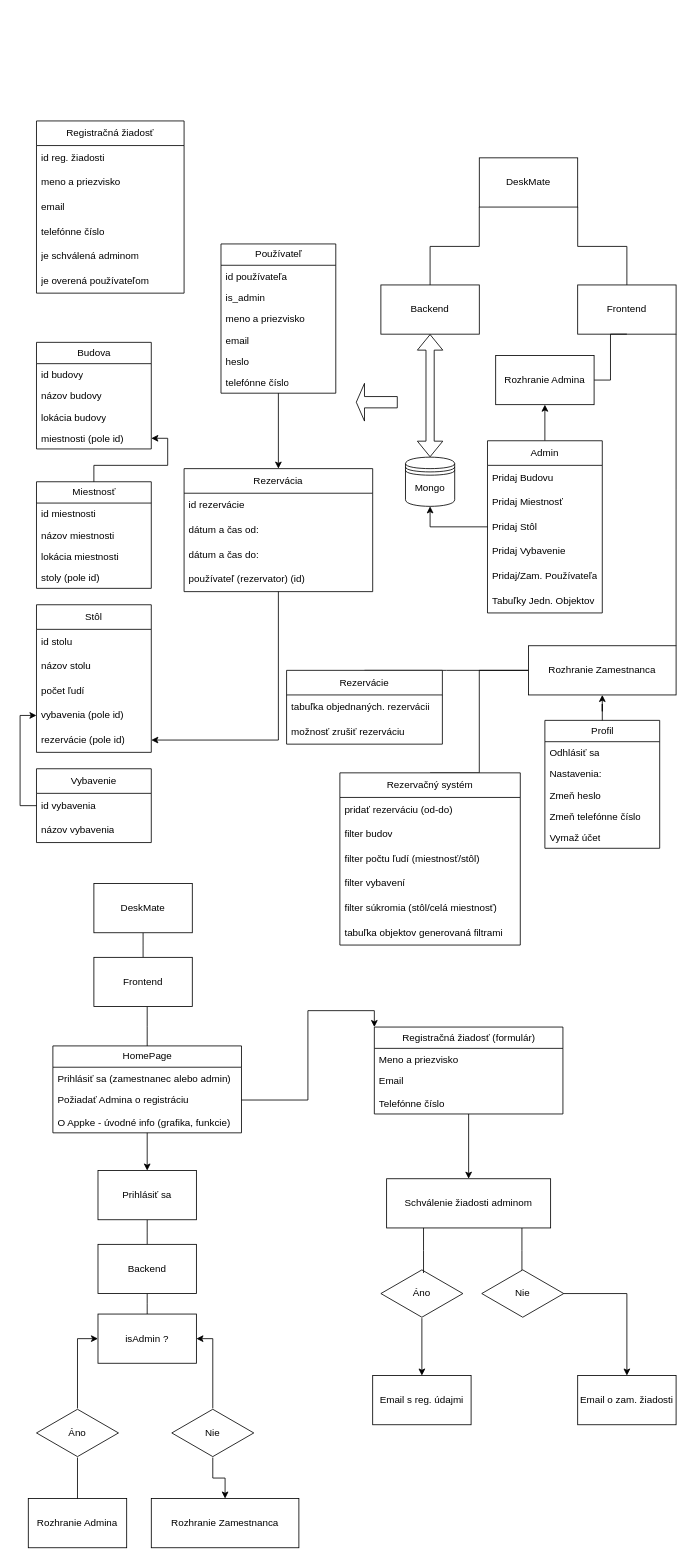
Before: DeskMate.drawio in petocjshtml/DeskMate, a draw.io diagram. Source tidied: cells renumbered, new cells numbered last; positions are measured from the earlier drawing's top-left corner, leaving out a move shared by most shapes. Both pictures are drawn from the tidied source at 82%, with x=0, y=0 at pixel (28, 121).
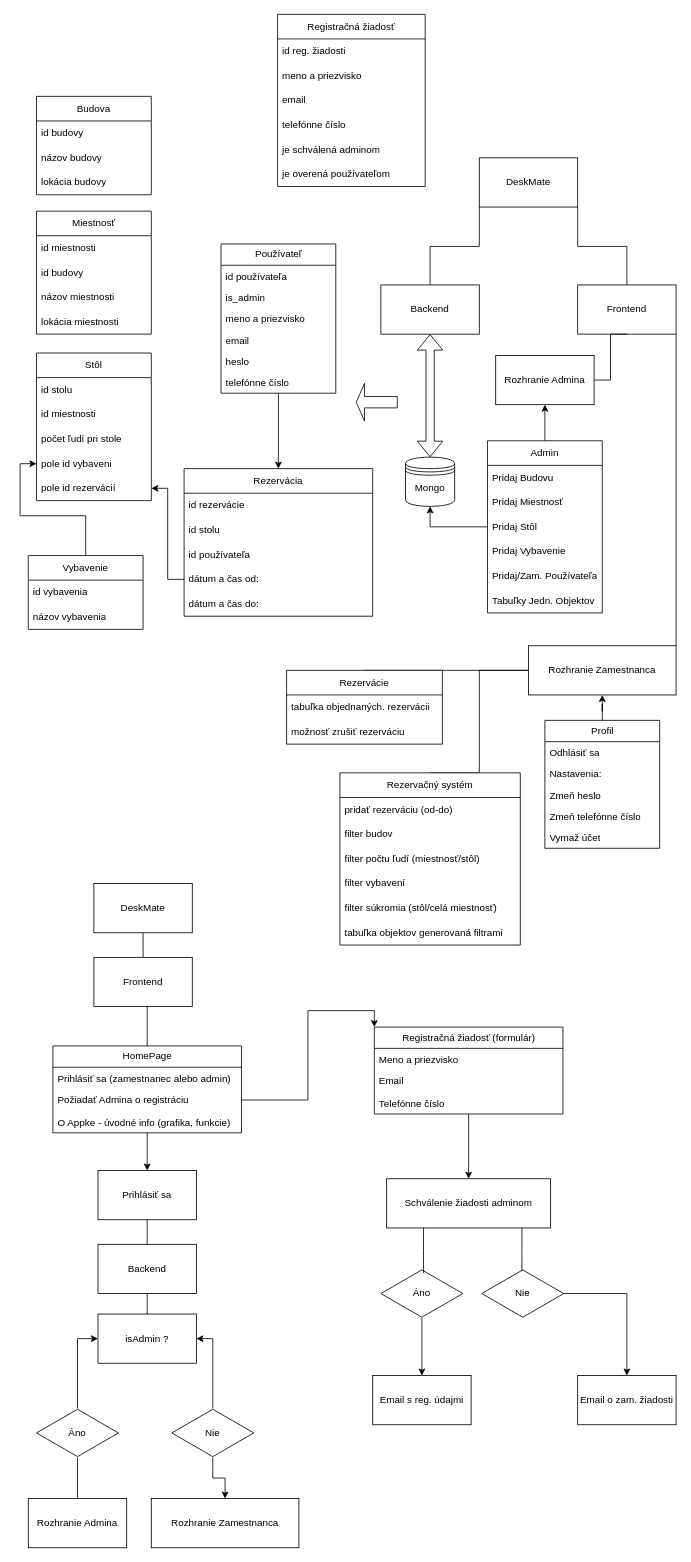
The same diagram, later.

Commit message:
úprava id logiky

Unchanged cells that the change refers to:
```xml
<mxCell id="107" value="id vybavenia" style="text;strokeColor=none;fillColor=none;align=left;verticalAlign=middle;spacingLeft=4;spacingRight=4;overflow=hidden;points=[[0,0.5],[1,0.5]];portConstraint=eastwest;whiteSpace=wrap;html=1;" parent="106" vertex="1">
  <mxGeometry y="30" width="140" height="30" as="geometry" />
</mxCell>
```

What changed in the source:
```diff
@@
-    <mxCell id="23" value="Budova" style="swimlane;fontStyle=0;horizontal=1;startSize=26;fillColor=none;html=1;" parent="1" vertex="1">
-      <mxGeometry x="10" y="270" width="140" height="130" as="geometry" />
-    </mxCell>
-    <mxCell id="24" style="edgeStyle=orthogonalEdgeStyle;rounded=0;jettySize=auto;html=1;entryX=1;entryY=0.5;entryDx=0;entryDy=0;" parent="1" edge="1" source="25" target="29">
-      <mxGeometry relative="1" as="geometry" />
-    </mxCell>
-    <mxCell id="25" value="Miestnosť" style="swimlane;fontStyle=0;horizontal=1;startSize=26;fillColor=none;html=1;" parent="1" vertex="1">
-      <mxGeometry x="10" y="440" width="140" height="130" as="geometry" />
-    </mxCell>
-    <mxCell id="26" value="id budovy" style="text;strokeColor=none;fillColor=none;align=left;verticalAlign=top;spacingLeft=4;spacingRight=4;overflow=hidden;whiteSpace=wrap;html=1;" parent="1" vertex="1">
-      <mxGeometry x="10" y="296" width="140" height="26" as="geometry" />
-    </mxCell>
-    <mxCell id="27" value="názov budovy" style="text;strokeColor=none;fillColor=none;align=left;verticalAlign=top;spacingLeft=4;spacingRight=4;overflow=hidden;whiteSpace=wrap;html=1;" parent="1" vertex="1">
-      <mxGeometry x="10" y="322" width="140" height="26" as="geometry" />
-    </mxCell>
-    <mxCell id="28" value="lokácia budovy" style="text;strokeColor=none;fillColor=none;align=left;verticalAlign=top;spacingLeft=4;spacingRight=4;overflow=hidden;whiteSpace=wrap;html=1;" parent="1" vertex="1">
-      <mxGeometry x="10" y="348" width="140" height="26" as="geometry" />
-    </mxCell>
-    <mxCell id="29" value="miestnosti (pole id)" style="text;strokeColor=none;fillColor=none;align=left;verticalAlign=top;spacingLeft=4;spacingRight=4;overflow=hidden;points=[[0,0.5],[1,0.5]];portConstraint=eastwest;whiteSpace=wrap;html=1;" parent="1" vertex="1">
-      <mxGeometry x="10" y="374" width="140" height="26" as="geometry" />
-    </mxCell>
-    <mxCell id="30" value="id miestnosti" style="text;strokeColor=none;fillColor=none;align=left;verticalAlign=top;spacingLeft=4;spacingRight=4;overflow=hidden;whiteSpace=wrap;html=1;" parent="1" vertex="1">
-      <mxGeometry x="10" y="466" width="140" height="26" as="geometry" />
-    </mxCell>
-    <mxCell id="31" value="názov miestnosti" style="text;strokeColor=none;fillColor=none;align=left;verticalAlign=top;spacingLeft=4;spacingRight=4;overflow=hidden;whiteSpace=wrap;html=1;" parent="1" vertex="1">
-      <mxGeometry x="10" y="492" width="140" height="26" as="geometry" />
-    </mxCell>
-    <mxCell id="32" value="lokácia miestnosti" style="text;strokeColor=none;fillColor=none;align=left;verticalAlign=top;spacingLeft=4;spacingRight=4;overflow=hidden;whiteSpace=wrap;html=1;" parent="1" vertex="1">
-      <mxGeometry x="10" y="518" width="140" height="26" as="geometry" />
-    </mxCell>
-    <mxCell id="33" value="stoly (pole id)" style="text;strokeColor=none;fillColor=none;align=left;verticalAlign=top;spacingLeft=4;spacingRight=4;overflow=hidden;whiteSpace=wrap;html=1;" parent="1" vertex="1">
-      <mxGeometry x="10" y="544" width="140" height="26" as="geometry" />
-    </mxCell>
@@
-    <mxCell id="100" value="Stôl" style="swimlane;fontStyle=0;horizontal=1;startSize=30;whiteSpace=wrap;html=1;" parent="1" vertex="1">
-      <mxGeometry x="10" y="590" width="140" height="180" as="geometry" />
-    </mxCell>
-    <mxCell id="101" value="id stolu" style="text;strokeColor=none;fillColor=none;align=left;verticalAlign=middle;spacingLeft=4;spacingRight=4;overflow=hidden;whiteSpace=wrap;html=1;" parent="100" vertex="1">
-      <mxGeometry y="30" width="140" height="30" as="geometry" />
-    </mxCell>
-    <mxCell id="102" value="názov stolu" style="text;strokeColor=none;fillColor=none;align=left;verticalAlign=middle;spacingLeft=4;spacingRight=4;overflow=hidden;whiteSpace=wrap;html=1;" parent="100" vertex="1">
-      <mxGeometry y="60" width="140" height="30" as="geometry" />
-    </mxCell>
-    <mxCell id="103" value="počet ľudí" style="text;strokeColor=none;fillColor=none;align=left;verticalAlign=middle;spacingLeft=4;spacingRight=4;overflow=hidden;whiteSpace=wrap;html=1;" parent="100" vertex="1">
-      <mxGeometry y="90" width="140" height="30" as="geometry" />
-    </mxCell>
-    <mxCell id="104" value="vybavenia (pole id)" style="text;strokeColor=none;fillColor=none;align=left;verticalAlign=middle;spacingLeft=4;spacingRight=4;overflow=hidden;points=[[0,0.5],[1,0.5]];portConstraint=eastwest;whiteSpace=wrap;html=1;" parent="100" vertex="1">
-      <mxGeometry y="120" width="140" height="30" as="geometry" />
-    </mxCell>
-    <mxCell id="105" value="rezervácie (pole id)" style="text;strokeColor=none;fillColor=none;align=left;verticalAlign=middle;spacingLeft=4;spacingRight=4;overflow=hidden;points=[[0,0.5],[1,0.5]];portConstraint=eastwest;whiteSpace=wrap;html=1;" parent="100" vertex="1">
-      <mxGeometry y="150" width="140" height="30" as="geometry" />
-    </mxCell>
+    <mxCell id="133" style="edgeStyle=orthogonalEdgeStyle;rounded=0;jettySize=auto;html=1;entryX=0;entryY=0.5;entryDx=0;entryDy=0;" parent="1" edge="1" source="106" target="140">
+      <mxGeometry relative="1" as="geometry" />
+    </mxCell>
     <mxCell id="106" value="Vybavenie" style="swimlane;fontStyle=0;horizontal=1;startSize=30;whiteSpace=wrap;html=1;" parent="1" vertex="1">
-      <mxGeometry x="10" y="790" width="140" height="90" as="geometry" />
+      <mxGeometry y="530" width="140" height="90" as="geometry" />
     </mxCell>
@@
-    <mxCell id="109" style="edgeStyle=orthogonalEdgeStyle;rounded=0;jettySize=auto;html=1;entryX=1;entryY=0.5;entryDx=0;entryDy=0;" parent="1" edge="1" source="110" target="105">
-      <mxGeometry relative="1" as="geometry" />
-    </mxCell>
     <mxCell id="110" value="Rezervácia" style="swimlane;fontStyle=0;horizontal=1;startSize=30;whiteSpace=wrap;html=1;" parent="1" vertex="1">
-      <mxGeometry x="190" y="424" width="230" height="150" as="geometry" />
+      <mxGeometry x="190" y="424" width="230" height="180" as="geometry" />
     </mxCell>
@@
+    <mxCell id="134" value="id stolu" style="text;strokeColor=none;fillColor=none;align=left;verticalAlign=middle;spacingLeft=4;spacingRight=4;overflow=hidden;whiteSpace=wrap;html=1;" parent="110" vertex="1">
+      <mxGeometry y="60" width="230" height="30" as="geometry" />
+    </mxCell>
+    <mxCell id="114" value="id používateľa" style="text;strokeColor=none;fillColor=none;align=left;verticalAlign=middle;spacingLeft=4;spacingRight=4;overflow=hidden;whiteSpace=wrap;html=1;" parent="110" vertex="1">
+      <mxGeometry y="90" width="230" height="30" as="geometry" />
+    </mxCell>
     <mxCell id="112" value="dátum a čas od:" style="text;strokeColor=none;fillColor=none;align=left;verticalAlign=middle;spacingLeft=4;spacingRight=4;overflow=hidden;points=[[0,0.5],[1,0.5]];portConstraint=eastwest;whiteSpace=wrap;html=1;" parent="110" vertex="1">
-      <mxGeometry y="60" width="230" height="30" as="geometry" />
+      <mxGeometry y="120" width="230" height="30" as="geometry" />
     </mxCell>
     <mxCell id="113" value="dátum a čas do:" style="text;strokeColor=none;fillColor=none;align=left;verticalAlign=middle;spacingLeft=4;spacingRight=4;overflow=hidden;whiteSpace=wrap;html=1;" parent="110" vertex="1">
-      <mxGeometry y="90" width="230" height="30" as="geometry" />
+      <mxGeometry y="150" width="230" height="30" as="geometry" />
     </mxCell>
-    <mxCell id="114" value="používateľ (rezervator) (id)" style="text;strokeColor=none;fillColor=none;align=left;verticalAlign=middle;spacingLeft=4;spacingRight=4;overflow=hidden;whiteSpace=wrap;html=1;" parent="110" vertex="1">
-      <mxGeometry y="120" width="230" height="30" as="geometry" />
-    </mxCell>
-    <mxCell id="115" style="edgeStyle=orthogonalEdgeStyle;rounded=0;jettySize=auto;html=1;entryX=0;entryY=0.5;entryDx=0;entryDy=0;" parent="1" edge="1" source="107" target="104">
-      <mxGeometry relative="1" as="geometry" />
-    </mxCell>
@@
     <mxCell id="126" value="Registračná žiadosť" style="swimlane;fontStyle=0;horizontal=1;startSize=30;whiteSpace=wrap;html=1;" parent="1" vertex="1">
-      <mxGeometry x="10" width="180" height="210" as="geometry" />
+      <mxGeometry x="304" y="-130" width="180" height="210" as="geometry" />
     </mxCell>
@@
+    <mxCell id="23" value="Budova" style="swimlane;fontStyle=0;horizontal=1;startSize=30;whiteSpace=wrap;html=1;" parent="1" vertex="1">
+      <mxGeometry x="10" y="-30" width="140" height="120" as="geometry" />
+    </mxCell>
+    <mxCell id="135" value="id budovy" style="text;strokeColor=none;fillColor=none;align=left;verticalAlign=middle;spacingLeft=4;spacingRight=4;overflow=hidden;whiteSpace=wrap;html=1;" parent="23" vertex="1">
+      <mxGeometry y="30" width="140" height="30" as="geometry" />
+    </mxCell>
+    <mxCell id="27" value="názov budovy" style="text;strokeColor=none;fillColor=none;align=left;verticalAlign=middle;spacingLeft=4;spacingRight=4;overflow=hidden;whiteSpace=wrap;html=1;" parent="23" vertex="1">
+      <mxGeometry y="60" width="140" height="30" as="geometry" />
+    </mxCell>
+    <mxCell id="28" value="lokácia budovy" style="text;strokeColor=none;fillColor=none;align=left;verticalAlign=middle;spacingLeft=4;spacingRight=4;overflow=hidden;whiteSpace=wrap;html=1;" parent="23" vertex="1">
+      <mxGeometry y="90" width="140" height="30" as="geometry" />
+    </mxCell>
+    <mxCell id="25" value="Miestnosť" style="swimlane;fontStyle=0;horizontal=1;startSize=30;whiteSpace=wrap;html=1;" parent="1" vertex="1">
+      <mxGeometry x="10" y="110" width="140" height="150" as="geometry" />
+    </mxCell>
+    <mxCell id="136" value="id miestnosti" style="text;strokeColor=none;fillColor=none;align=left;verticalAlign=middle;spacingLeft=4;spacingRight=4;overflow=hidden;whiteSpace=wrap;html=1;" parent="25" vertex="1">
+      <mxGeometry y="30" width="140" height="30" as="geometry" />
+    </mxCell>
+    <mxCell id="137" value="id budovy" style="text;strokeColor=none;fillColor=none;align=left;verticalAlign=middle;spacingLeft=4;spacingRight=4;overflow=hidden;whiteSpace=wrap;html=1;" parent="25" vertex="1">
+      <mxGeometry y="60" width="140" height="30" as="geometry" />
+    </mxCell>
+    <mxCell id="31" value="názov miestnosti" style="text;strokeColor=none;fillColor=none;align=left;verticalAlign=middle;spacingLeft=4;spacingRight=4;overflow=hidden;whiteSpace=wrap;html=1;" parent="25" vertex="1">
+      <mxGeometry y="90" width="140" height="30" as="geometry" />
+    </mxCell>
+    <mxCell id="32" value="lokácia miestnosti" style="text;strokeColor=none;fillColor=none;align=left;verticalAlign=middle;spacingLeft=4;spacingRight=4;overflow=hidden;whiteSpace=wrap;html=1;" parent="25" vertex="1">
+      <mxGeometry y="120" width="140" height="30" as="geometry" />
+    </mxCell>
+    <mxCell id="100" value="Stôl" style="swimlane;fontStyle=0;horizontal=1;startSize=30;whiteSpace=wrap;html=1;" parent="1" vertex="1">
+      <mxGeometry x="10" y="283" width="140" height="180" as="geometry" />
+    </mxCell>
+    <mxCell id="101" value="id stolu" style="text;strokeColor=none;fillColor=none;align=left;verticalAlign=middle;spacingLeft=4;spacingRight=4;overflow=hidden;whiteSpace=wrap;html=1;" parent="100" vertex="1">
+      <mxGeometry y="30" width="140" height="30" as="geometry" />
+    </mxCell>
+    <mxCell id="138" value="id miestnosti" style="text;strokeColor=none;fillColor=none;align=left;verticalAlign=middle;spacingLeft=4;spacingRight=4;overflow=hidden;whiteSpace=wrap;html=1;" parent="100" vertex="1">
+      <mxGeometry y="60" width="140" height="30" as="geometry" />
+    </mxCell>
+    <mxCell id="139" value="počet ľudí pri stole" style="text;strokeColor=none;fillColor=none;align=left;verticalAlign=middle;spacingLeft=4;spacingRight=4;overflow=hidden;whiteSpace=wrap;html=1;" parent="100" vertex="1">
+      <mxGeometry y="90" width="140" height="30" as="geometry" />
+    </mxCell>
+    <mxCell id="140" value="pole id vybaveni" style="text;strokeColor=none;fillColor=none;align=left;verticalAlign=middle;spacingLeft=4;spacingRight=4;overflow=hidden;points=[[0,0.5],[1,0.5]];portConstraint=eastwest;whiteSpace=wrap;html=1;" parent="100" vertex="1">
+      <mxGeometry y="120" width="140" height="30" as="geometry" />
+    </mxCell>
+    <mxCell id="141" value="pole id rezervácií" style="text;strokeColor=none;fillColor=none;align=left;verticalAlign=middle;spacingLeft=4;spacingRight=4;overflow=hidden;points=[[0,0.5],[1,0.5]];portConstraint=eastwest;whiteSpace=wrap;html=1;" parent="100" vertex="1">
+      <mxGeometry y="150" width="140" height="30" as="geometry" />
+    </mxCell>
+    <mxCell id="142" style="edgeStyle=orthogonalEdgeStyle;rounded=0;jettySize=auto;html=1;entryX=1;entryY=0.5;entryDx=0;entryDy=0;" parent="1" edge="1" source="112" target="141">
+      <mxGeometry relative="1" as="geometry" />
+    </mxCell>
```
